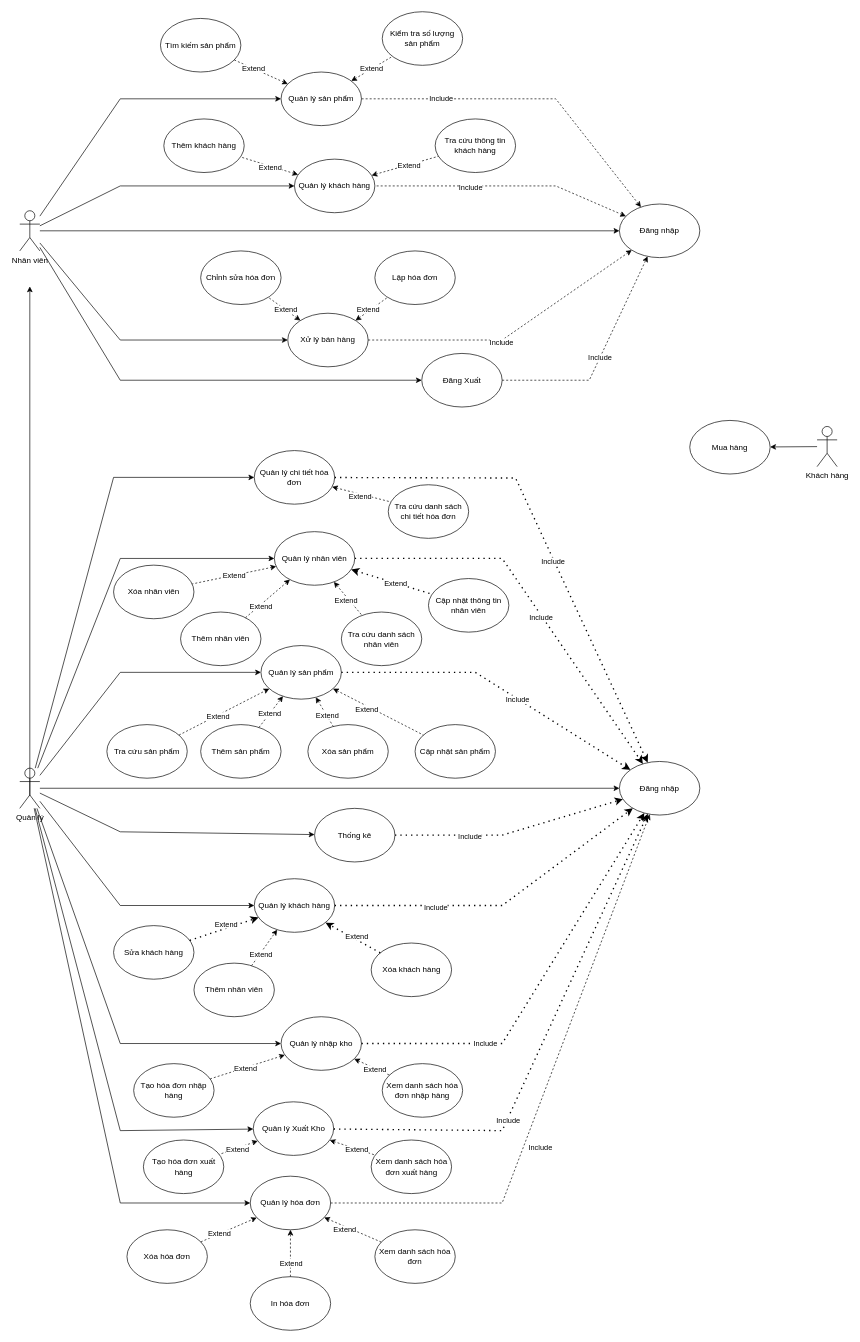
This is Do_an/src/usecase/Usecase.drawio from dmn-05/DoAnWindows, a draw.io file, before an edit. Source tidied: cells renumbered, new cells numbered last; positions are measured from the earlier drawing's top-left corner, leaving out a move shared by most shapes. Both pictures are drawn from the tidied source at 67%, with x=0, y=0 at pixel (19, 11).
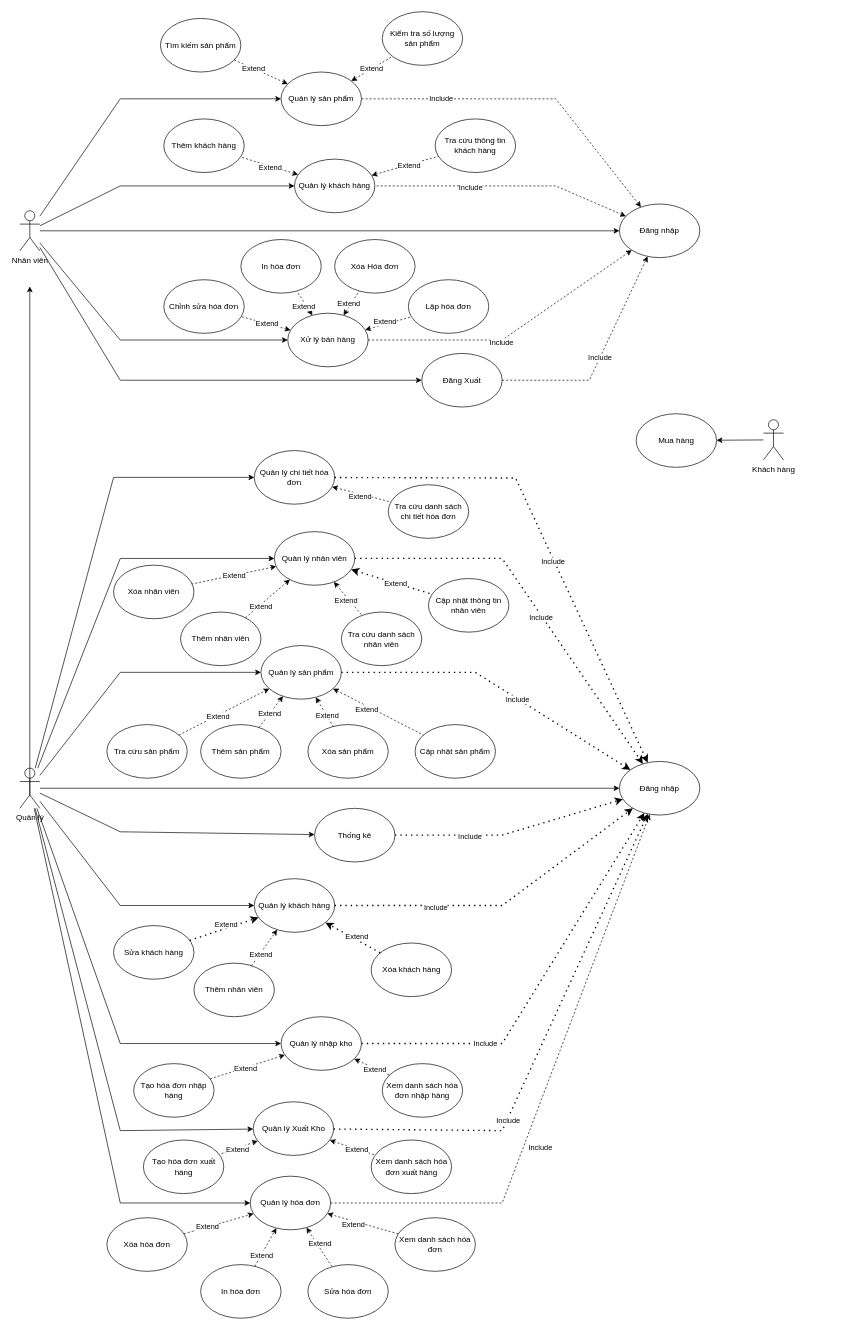
Above is the later version.

Unchanged cells that the change refers to:
```xml
<mxCell id="18" value="Xử lý bán hàng" style="ellipse;whiteSpace=wrap;html=1;" parent="1" vertex="1">
  <mxGeometry x="400" y="450" width="120" height="80" as="geometry" />
</mxCell>
<mxCell id="72" value="Quản lý hóa đơn" style="ellipse;whiteSpace=wrap;html=1;" parent="1" vertex="1">
  <mxGeometry x="344" y="1738" width="120" height="80" as="geometry" />
</mxCell>
```

Diff of the diagram source:
```diff
@@
     <mxCell id="26" value="Lập hóa đơn" style="ellipse;whiteSpace=wrap;html=1;" parent="1" vertex="1">
-      <mxGeometry x="530" y="357" width="120" height="80" as="geometry" />
+      <mxGeometry x="580" y="400" width="120" height="80" as="geometry" />
     </mxCell>
@@
     <mxCell id="29" value="Chỉnh sửa hóa đơn" style="ellipse;whiteSpace=wrap;html=1;" parent="1" vertex="1">
-      <mxGeometry x="270" y="357" width="120" height="80" as="geometry" />
+      <mxGeometry x="215" y="400" width="120" height="80" as="geometry" />
     </mxCell>
@@
     <mxCell id="74" value="Xóa hóa đơn" style="ellipse;whiteSpace=wrap;html=1;" parent="1" vertex="1">
-      <mxGeometry x="160" y="1818" width="120" height="80" as="geometry" />
+      <mxGeometry x="130" y="1800" width="120" height="80" as="geometry" />
     </mxCell>
     <mxCell id="75" value="In hóa đơn" style="ellipse;whiteSpace=wrap;html=1;" parent="1" vertex="1">
-      <mxGeometry x="344" y="1888" width="120" height="80" as="geometry" />
+      <mxGeometry x="270" y="1870" width="120" height="80" as="geometry" />
     </mxCell>
     <mxCell id="76" value="Xem danh sách hóa đơn" style="ellipse;whiteSpace=wrap;html=1;" parent="1" vertex="1">
-      <mxGeometry x="530" y="1818" width="120" height="80" as="geometry" />
+      <mxGeometry x="560" y="1800" width="120" height="80" as="geometry" />
     </mxCell>
@@
     <mxCell id="111" value="Khách hàng" style="shape=umlActor;verticalLabelPosition=bottom;verticalAlign=top;html=1;outlineConnect=0;" parent="1" vertex="1">
-      <mxGeometry x="1190" y="619" width="30" height="60" as="geometry" />
+      <mxGeometry x="1110" y="609" width="30" height="60" as="geometry" />
     </mxCell>
     <mxCell id="112" value="Mua hàng" style="ellipse;whiteSpace=wrap;html=1;" parent="1" vertex="1">
-      <mxGeometry x="1000" y="610" width="120" height="80" as="geometry" />
+      <mxGeometry x="920" y="600" width="120" height="80" as="geometry" />
     </mxCell>
@@
+    <mxCell id="133" value="In hóa đơn" style="ellipse;whiteSpace=wrap;html=1;" parent="1" vertex="1">
+      <mxGeometry x="330" y="340" width="120" height="80" as="geometry" />
+    </mxCell>
+    <mxCell id="134" style="endArrow=none;dashed=1;html=1;rounded=0;startArrow=classic;startFill=1;" parent="1" edge="1" source="18" target="133">
+      <mxGeometry relative="1" as="geometry" />
+    </mxCell>
+    <mxCell id="135" value="Extend" style="edgeLabel;html=1;align=center;verticalAlign=middle;" parent="134" vertex="1">
+      <mxGeometry x="-0.14" y="4" relative="1" as="geometry" />
+    </mxCell>
+    <mxCell id="136" value="Xóa Hóa đơn" style="ellipse;whiteSpace=wrap;html=1;" parent="1" vertex="1">
+      <mxGeometry x="470" y="340" width="120" height="80" as="geometry" />
+    </mxCell>
+    <mxCell id="137" style="endArrow=none;dashed=1;html=1;rounded=0;startArrow=classic;startFill=1;" parent="1" edge="1" source="18" target="136">
+      <mxGeometry relative="1" as="geometry" />
+    </mxCell>
+    <mxCell id="138" value="Extend" style="edgeLabel;html=1;align=center;verticalAlign=middle;" parent="137" vertex="1">
+      <mxGeometry x="-0.14" y="4" relative="1" as="geometry" />
+    </mxCell>
+    <mxCell id="139" value="Sửa hóa đơn" style="ellipse;whiteSpace=wrap;html=1;" parent="1" vertex="1">
+      <mxGeometry x="430" y="1870" width="120" height="80" as="geometry" />
+    </mxCell>
+    <mxCell id="140" style="endArrow=none;dashed=1;html=1;rounded=0;startArrow=classic;startFill=1;" parent="1" edge="1" source="72" target="139">
+      <mxGeometry relative="1" as="geometry" />
+    </mxCell>
+    <mxCell id="141" value="Extend" style="edgeLabel;html=1;align=center;verticalAlign=middle;" parent="140" vertex="1">
+      <mxGeometry x="-0.14" y="4" relative="1" as="geometry" />
+    </mxCell>
```
